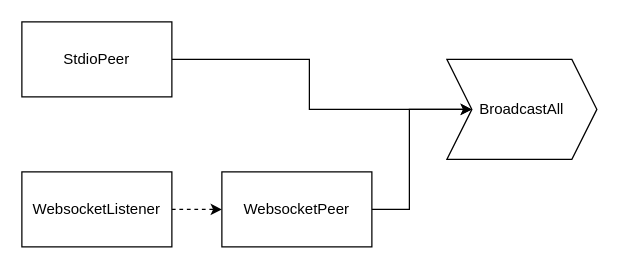
Earlier version of the draw.io diagram plugin/network/tungstenite/examples/echo-ws.drawio (DiscreteTom/ruast). Source tidied: cells renumbered, new cells numbered last; positions are measured from the earlier drawing's top-left corner, leaving out a move shared by most shapes. Both pictures are drawn from the tidied source at 125%, with x=0, y=0 at pixel (21, 21).
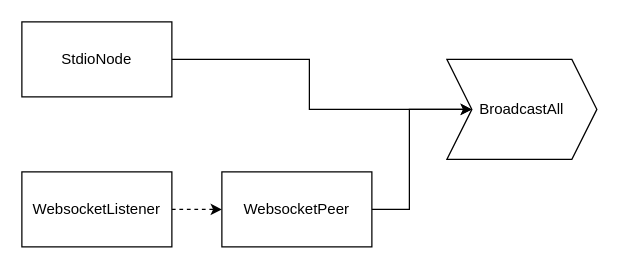
The same diagram, later.

Diff of the diagram source:
```diff
@@
 <mxGraphModel>
   <root>
     <mxCell id="0" />
     <mxCell id="1" parent="0" />
     <mxCell id="2" style="edgeStyle=orthogonalEdgeStyle;rounded=0;jettySize=auto;html=1;dashed=1;" parent="1" edge="1" source="3" target="7">
       <mxGeometry relative="1" as="geometry" />
     </mxCell>
     <mxCell id="3" value="WebsocketListener" style="rounded=0;whiteSpace=wrap;html=1;" parent="1" vertex="1">
       <mxGeometry y="120" width="120" height="60" as="geometry" />
     </mxCell>
     <mxCell id="4" style="edgeStyle=orthogonalEdgeStyle;rounded=0;jettySize=auto;html=1;" parent="1" edge="1" source="5" target="8">
       <mxGeometry relative="1" as="geometry" />
     </mxCell>
-    <mxCell id="5" value="StdioPeer" style="rounded=0;whiteSpace=wrap;html=1;" parent="1" vertex="1">
+    <mxCell id="5" value="StdioNode" style="rounded=0;whiteSpace=wrap;html=1;" parent="1" vertex="1">
       <mxGeometry width="120" height="60" as="geometry" />
     </mxCell>
     <mxCell id="6" style="edgeStyle=orthogonalEdgeStyle;rounded=0;jettySize=auto;html=1;" parent="1" edge="1" source="7" target="8">
       <mxGeometry relative="1" as="geometry">
         <Array as="points">
           <mxPoint x="310" y="150" />
           <mxPoint x="310" y="70" />
         </Array>
       </mxGeometry>
     </mxCell>
     <mxCell id="7" value="WebsocketPeer" style="rounded=0;whiteSpace=wrap;html=1;" parent="1" vertex="1">
       <mxGeometry x="160" y="120" width="120" height="60" as="geometry" />
     </mxCell>
     <mxCell id="8" value="BroadcastAll" style="shape=step;perimeter=stepPerimeter;whiteSpace=wrap;html=1;fixedSize=1;" parent="1" vertex="1">
       <mxGeometry x="340" y="30" width="120" height="80" as="geometry" />
     </mxCell>
   </root>
 </mxGraphModel>
```
